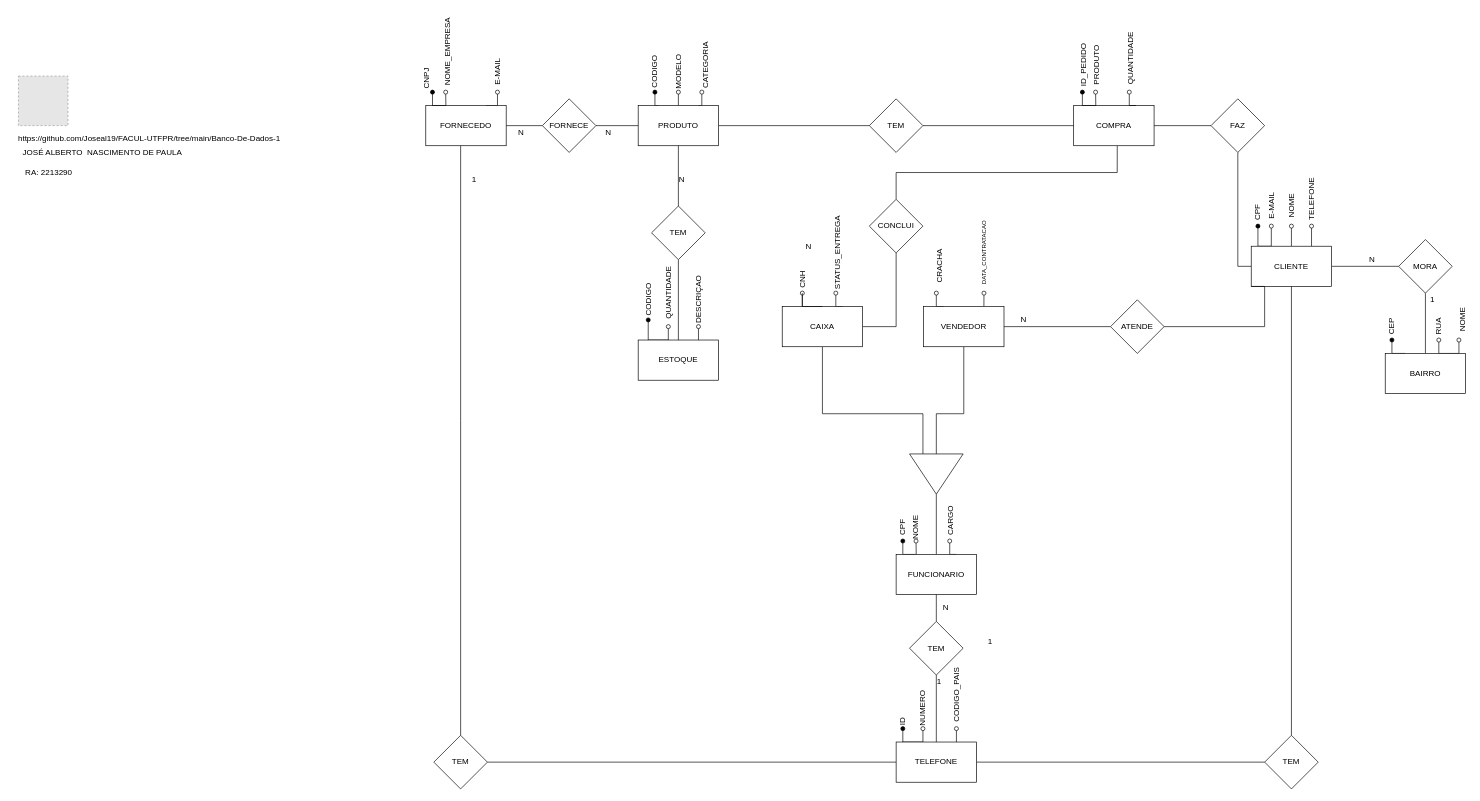
Joseal19/FACUL-UTFPR keeps this draw.io diagram as Banco-De-Dados-1/Modelo Entidade-Relacionamento/Modelo-Entidade-Relacionamento.drawio. Above is the earlier version. Source tidied: cells renumbered, new cells numbered last; positions are measured from the earlier drawing's top-left corner, leaving out a move shared by most shapes. Both pictures are drawn from the tidied source at 67%, with x=0, y=0 at pixel (11, 45). Pictures stored in the file or linked from it are replaced by grey dashed boxes.
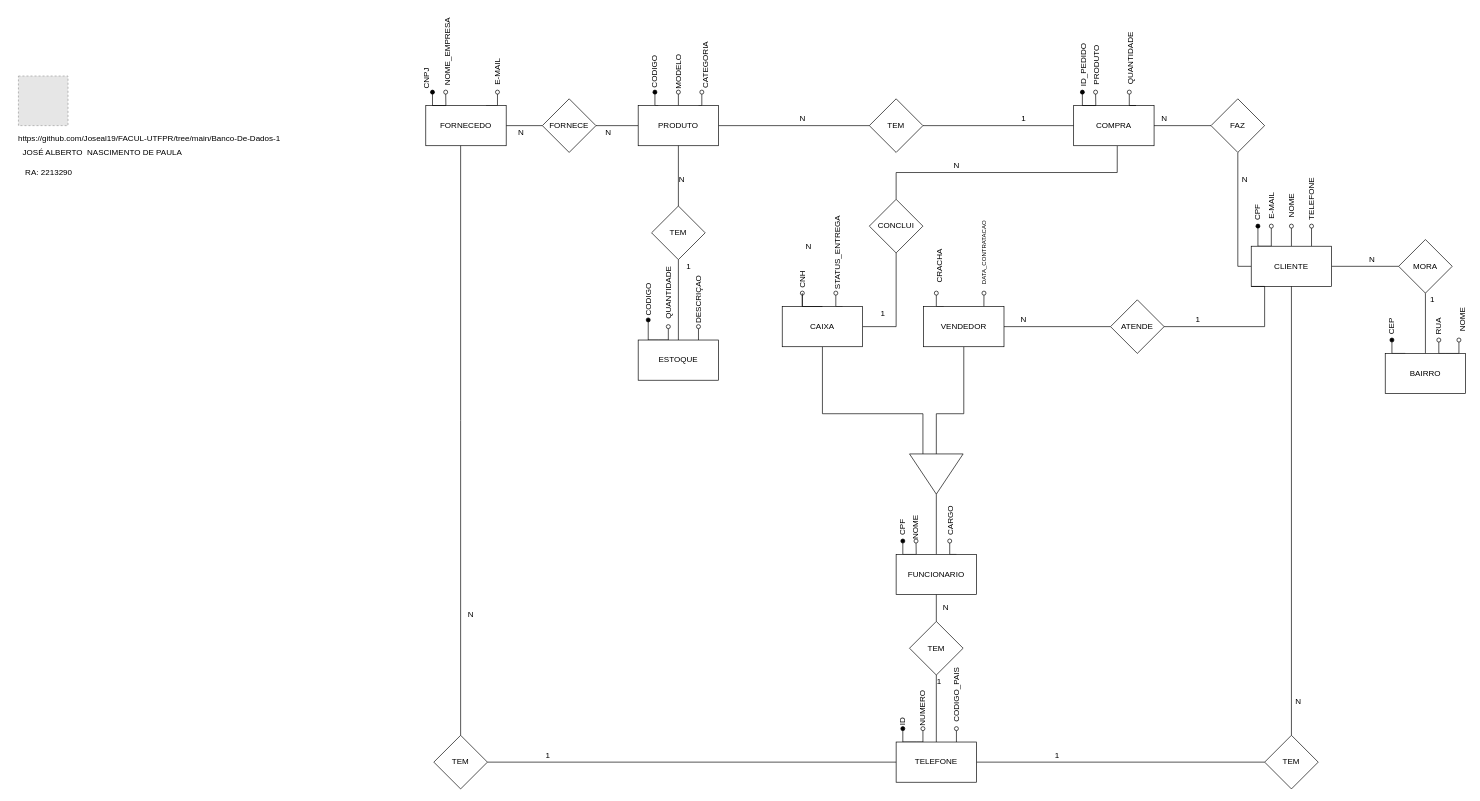
The same page after the edit.

The edit, as a diff of the source:
```diff
@@
-    <mxCell id="97" value="1" style="text;html=1;align=center;verticalAlign=middle;strokeColor=none;fillColor=none;fontSize=12;" parent="1" vertex="1">
-      <mxGeometry x="680" y="190" width="20" height="20" as="geometry" />
+    <mxCell id="97" value="N" style="text;html=1;align=center;verticalAlign=middle;strokeColor=none;fillColor=none;fontSize=12;" parent="1" vertex="1">
+      <mxGeometry x="675" y="840" width="20" height="20" as="geometry" />
     </mxCell>
-    <mxCell id="98" value="1" style="text;html=1;align=center;verticalAlign=middle;strokeColor=none;fillColor=none;fontSize=12;" parent="1" vertex="1">
-      <mxGeometry x="1450" y="880" width="20" height="20" as="geometry" />
-    </mxCell>
@@
+    <mxCell id="121" value="N" style="text;html=1;align=center;verticalAlign=middle;strokeColor=none;fillColor=none;fontSize=12;" parent="1" vertex="1">
+      <mxGeometry x="1830" y="190" width="20" height="20" as="geometry" />
+    </mxCell>
+    <mxCell id="122" value="N" style="text;html=1;align=center;verticalAlign=middle;strokeColor=none;fillColor=none;fontSize=12;" parent="1" vertex="1">
+      <mxGeometry x="1710" y="100" width="20" height="20" as="geometry" />
+    </mxCell>
+    <mxCell id="123" value="1" style="text;html=1;align=center;verticalAlign=middle;strokeColor=none;fillColor=none;fontSize=12;" parent="1" vertex="1">
+      <mxGeometry x="1290" y="390" width="20" height="20" as="geometry" />
+    </mxCell>
+    <mxCell id="124" value="N" style="text;html=1;align=center;verticalAlign=middle;strokeColor=none;fillColor=none;fontSize=12;" parent="1" vertex="1">
+      <mxGeometry x="1400" y="170" width="20" height="20" as="geometry" />
+    </mxCell>
+    <mxCell id="125" value="1" style="text;html=1;align=center;verticalAlign=middle;strokeColor=none;fillColor=none;fontSize=12;" parent="1" vertex="1">
+      <mxGeometry x="1760" y="400" width="20" height="20" as="geometry" />
+    </mxCell>
+    <mxCell id="126" value="1" style="text;html=1;align=center;verticalAlign=middle;strokeColor=none;fillColor=none;fontSize=12;" parent="1" vertex="1">
+      <mxGeometry x="790" y="1050" width="20" height="20" as="geometry" />
+    </mxCell>
+    <mxCell id="127" value="1" style="text;html=1;align=center;verticalAlign=middle;strokeColor=none;fillColor=none;fontSize=12;" parent="1" vertex="1">
+      <mxGeometry x="1550" y="1050" width="20" height="20" as="geometry" />
+    </mxCell>
+    <mxCell id="128" value="N" style="text;html=1;align=center;verticalAlign=middle;strokeColor=none;fillColor=none;fontSize=12;" parent="1" vertex="1">
+      <mxGeometry x="1910" y="970" width="20" height="20" as="geometry" />
+    </mxCell>
+    <mxCell id="129" value="1" style="text;html=1;align=center;verticalAlign=middle;strokeColor=none;fillColor=none;fontSize=12;" parent="1" vertex="1">
+      <mxGeometry x="1000" y="320" width="20" height="20" as="geometry" />
+    </mxCell>
+    <mxCell id="130" value="1" style="text;html=1;align=center;verticalAlign=middle;strokeColor=none;fillColor=none;fontSize=12;" parent="1" vertex="1">
+      <mxGeometry x="1500" y="100" width="20" height="20" as="geometry" />
+    </mxCell>
+    <mxCell id="131" value="N" style="text;html=1;align=center;verticalAlign=middle;strokeColor=none;fillColor=none;fontSize=12;" parent="1" vertex="1">
+      <mxGeometry x="1170" y="100" width="20" height="20" as="geometry" />
+    </mxCell>
```
